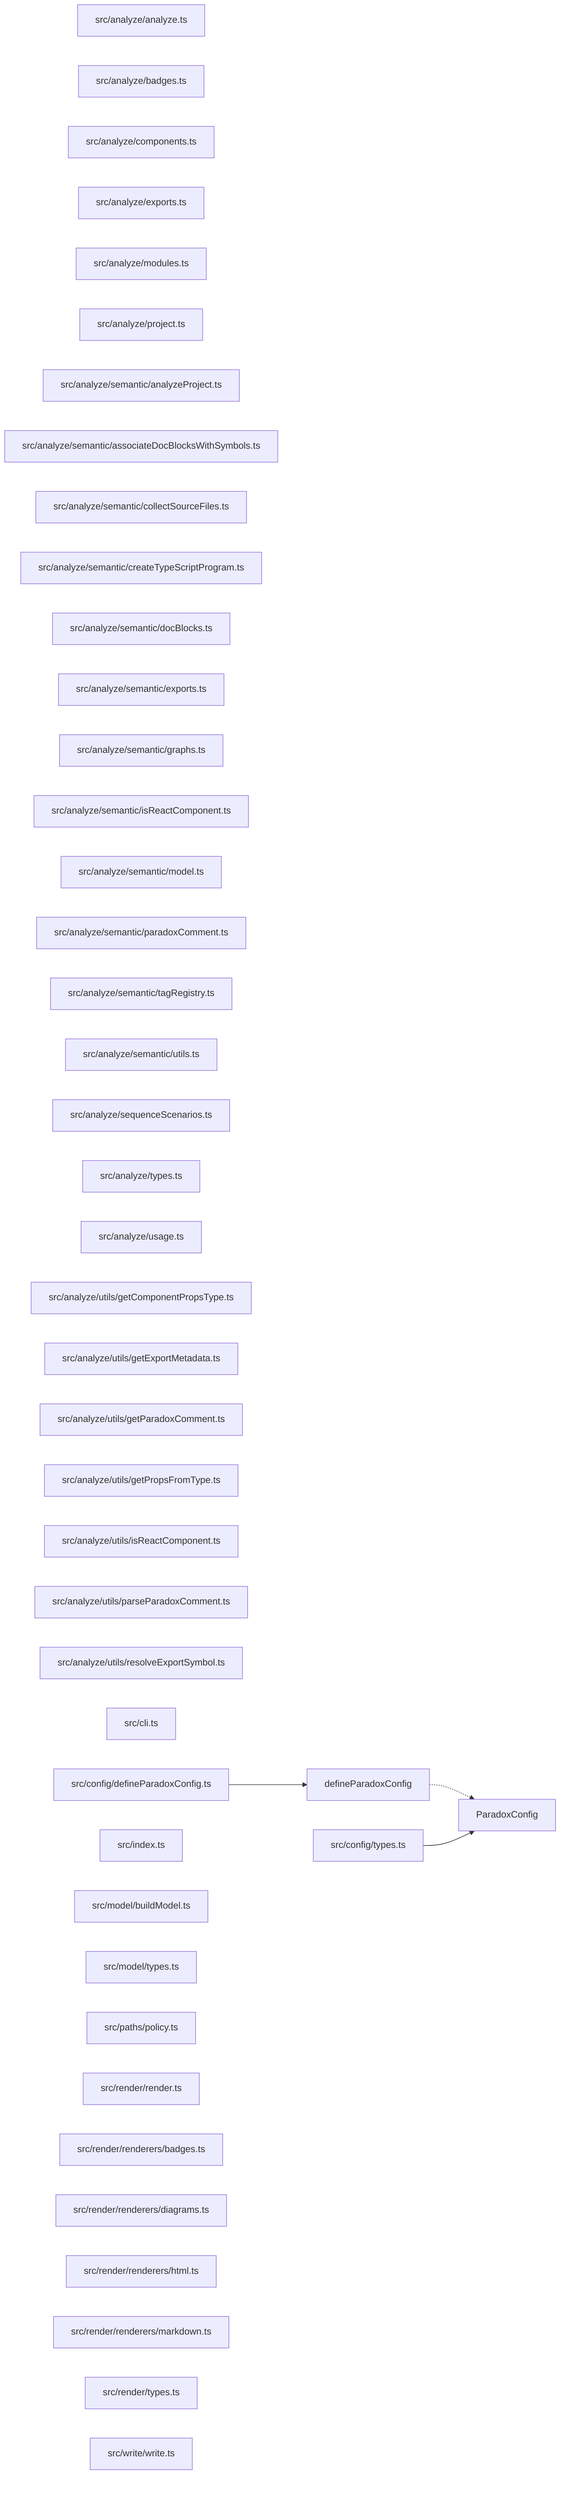
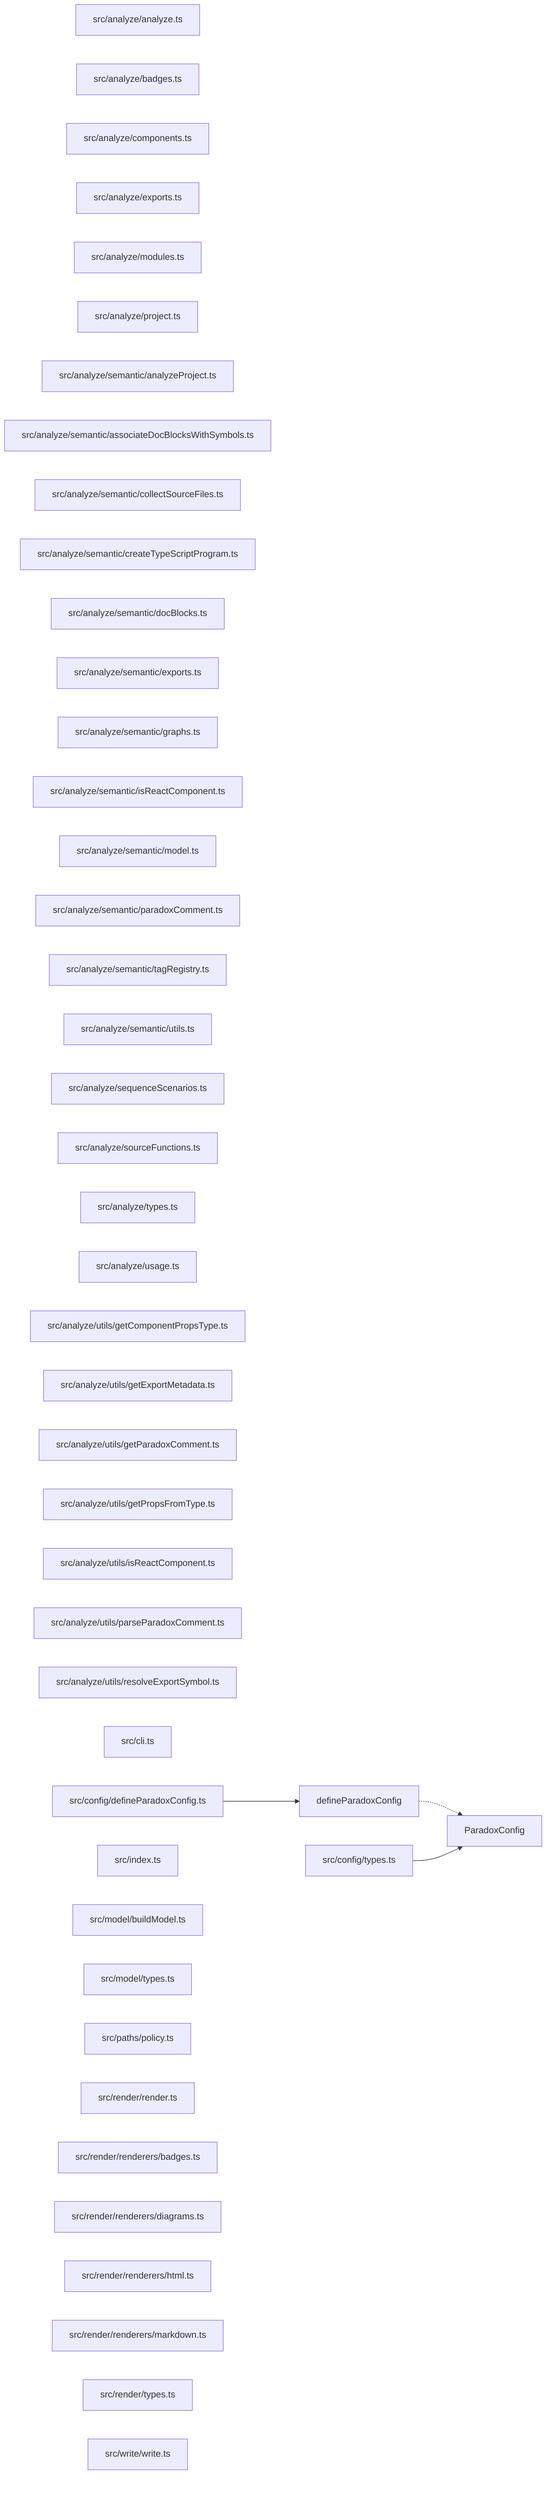
graph LR
  module_src_analyze_analyze_ts["src/analyze/analyze.ts"]
  module_src_analyze_badges_ts["src/analyze/badges.ts"]
  module_src_analyze_components_ts["src/analyze/components.ts"]
  module_src_analyze_exports_ts["src/analyze/exports.ts"]
  module_src_analyze_modules_ts["src/analyze/modules.ts"]
  module_src_analyze_project_ts["src/analyze/project.ts"]
  module_src_analyze_semantic_analyzeProject_ts["src/analyze/semantic/analyzeProject.ts"]
  module_src_analyze_semantic_associateDocBlocksWithSymbols_ts["src/analyze/semantic/associateDocBlocksWithSymbols.ts"]
  module_src_analyze_semantic_collectSourceFiles_ts["src/analyze/semantic/collectSourceFiles.ts"]
  module_src_analyze_semantic_createTypeScriptProgram_ts["src/analyze/semantic/createTypeScriptProgram.ts"]
  module_src_analyze_semantic_docBlocks_ts["src/analyze/semantic/docBlocks.ts"]
  module_src_analyze_semantic_exports_ts["src/analyze/semantic/exports.ts"]
  module_src_analyze_semantic_graphs_ts["src/analyze/semantic/graphs.ts"]
  module_src_analyze_semantic_isReactComponent_ts["src/analyze/semantic/isReactComponent.ts"]
  module_src_analyze_semantic_model_ts["src/analyze/semantic/model.ts"]
  module_src_analyze_semantic_paradoxComment_ts["src/analyze/semantic/paradoxComment.ts"]
  module_src_analyze_semantic_tagRegistry_ts["src/analyze/semantic/tagRegistry.ts"]
  module_src_analyze_semantic_utils_ts["src/analyze/semantic/utils.ts"]
  module_src_analyze_sequenceScenarios_ts["src/analyze/sequenceScenarios.ts"]
+   module_src_analyze_sourceFunctions_ts["src/analyze/sourceFunctions.ts"]
  module_src_analyze_types_ts["src/analyze/types.ts"]
  module_src_analyze_usage_ts["src/analyze/usage.ts"]
  module_src_analyze_utils_getComponentPropsType_ts["src/analyze/utils/getComponentPropsType.ts"]
  module_src_analyze_utils_getExportMetadata_ts["src/analyze/utils/getExportMetadata.ts"]
  module_src_analyze_utils_getParadoxComment_ts["src/analyze/utils/getParadoxComment.ts"]
  module_src_analyze_utils_getPropsFromType_ts["src/analyze/utils/getPropsFromType.ts"]
  module_src_analyze_utils_isReactComponent_ts["src/analyze/utils/isReactComponent.ts"]
  module_src_analyze_utils_parseParadoxComment_ts["src/analyze/utils/parseParadoxComment.ts"]
  module_src_analyze_utils_resolveExportSymbol_ts["src/analyze/utils/resolveExportSymbol.ts"]
  module_src_cli_ts["src/cli.ts"]
  module_src_config_defineParadoxConfig_ts["src/config/defineParadoxConfig.ts"]
  module_src_config_types_ts["src/config/types.ts"]
  module_src_index_ts["src/index.ts"]
  module_src_model_buildModel_ts["src/model/buildModel.ts"]
  module_src_model_types_ts["src/model/types.ts"]
  module_src_paths_policy_ts["src/paths/policy.ts"]
  module_src_render_render_ts["src/render/render.ts"]
  module_src_render_renderers_badges_ts["src/render/renderers/badges.ts"]
  module_src_render_renderers_diagrams_ts["src/render/renderers/diagrams.ts"]
  module_src_render_renderers_html_ts["src/render/renderers/html.ts"]
  module_src_render_renderers_markdown_ts["src/render/renderers/markdown.ts"]
  module_src_render_types_ts["src/render/types.ts"]
  module_src_write_write_ts["src/write/write.ts"]
  export_defineParadoxConfig["defineParadoxConfig"]
  module_src_config_defineParadoxConfig_ts --> export_defineParadoxConfig
  export_defineParadoxConfig -.-> export_ParadoxConfig
  export_ParadoxConfig["ParadoxConfig"]
  module_src_config_types_ts --> export_ParadoxConfig
